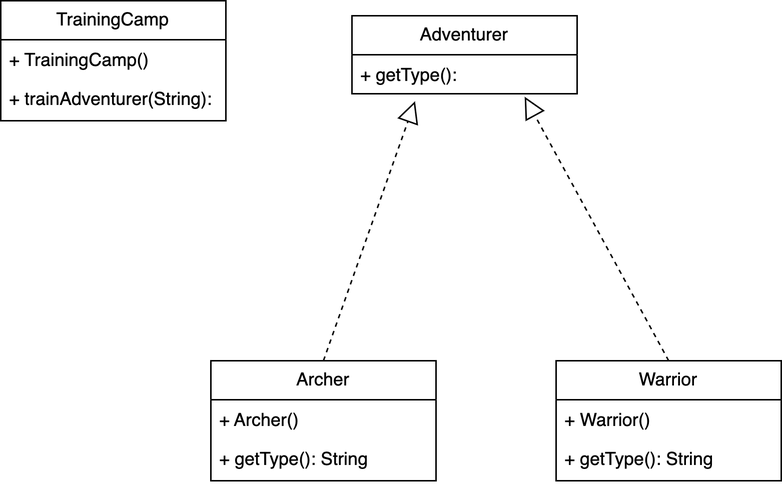
Before: php-desing-patterns/simple_factory.drawio.png, a diagram exported from draw.io (yu-sooong/ting-image). Source tidied: cells renumbered, new cells last; positions are measured from the earlier drawing's top-left corner, leaving out a move shared by most shapes. Source of this version:
```xml
<mxGraphModel>
  <root>
    <mxCell id="0" />
    <mxCell id="1" parent="0" />
    <mxCell id="2" value="TrainingCamp" style="swimlane;fontStyle=0;horizontal=1;startSize=26;fillColor=none;whiteSpace=wrap;html=1;labelBackgroundColor=none;" parent="1" vertex="1">
      <mxGeometry width="150" height="80" as="geometry" />
    </mxCell>
    <mxCell id="3" value="+ TrainingCamp()" style="text;strokeColor=none;fillColor=none;align=left;verticalAlign=top;spacingLeft=4;spacingRight=4;overflow=hidden;whiteSpace=wrap;html=1;labelBackgroundColor=none;" parent="2" vertex="1">
      <mxGeometry y="26" width="150" height="26" as="geometry" />
    </mxCell>
    <mxCell id="4" value="+ trainAdventurer(String):" style="text;strokeColor=none;fillColor=none;align=left;verticalAlign=top;spacingLeft=4;spacingRight=4;overflow=hidden;whiteSpace=wrap;html=1;labelBackgroundColor=none;" parent="2" vertex="1">
      <mxGeometry y="52" width="150" height="28" as="geometry" />
    </mxCell>
    <mxCell id="5" value="Adventurer" style="swimlane;fontStyle=0;horizontal=1;startSize=26;fillColor=none;whiteSpace=wrap;html=1;labelBackgroundColor=none;" parent="1" vertex="1">
      <mxGeometry x="234" y="10" width="150" height="52" as="geometry" />
    </mxCell>
    <mxCell id="6" value="+ getType():" style="text;strokeColor=none;fillColor=none;align=left;verticalAlign=top;spacingLeft=4;spacingRight=4;overflow=hidden;points=[[0,0.5],[1,0.5]];portConstraint=eastwest;whiteSpace=wrap;html=1;labelBackgroundColor=none;" parent="5" vertex="1">
      <mxGeometry y="26" width="150" height="26" as="geometry" />
    </mxCell>
    <mxCell id="7" value="Archer" style="swimlane;fontStyle=0;horizontal=1;startSize=26;fillColor=none;whiteSpace=wrap;html=1;labelBackgroundColor=none;" parent="1" vertex="1">
      <mxGeometry x="140" y="240" width="150" height="80" as="geometry" />
    </mxCell>
    <mxCell id="8" value="+ Archer()" style="text;strokeColor=none;fillColor=none;align=left;verticalAlign=top;spacingLeft=4;spacingRight=4;overflow=hidden;whiteSpace=wrap;html=1;labelBackgroundColor=none;" parent="7" vertex="1">
      <mxGeometry y="26" width="150" height="26" as="geometry" />
    </mxCell>
    <mxCell id="9" value="+ getType(): String" style="text;strokeColor=none;fillColor=none;align=left;verticalAlign=top;spacingLeft=4;spacingRight=4;overflow=hidden;whiteSpace=wrap;html=1;labelBackgroundColor=none;" parent="7" vertex="1">
      <mxGeometry y="52" width="150" height="28" as="geometry" />
    </mxCell>
    <mxCell id="10" value="Warrior" style="swimlane;fontStyle=0;horizontal=1;startSize=26;fillColor=none;whiteSpace=wrap;html=1;labelBackgroundColor=none;" parent="1" vertex="1">
      <mxGeometry x="370" y="240" width="150" height="80" as="geometry" />
    </mxCell>
    <mxCell id="11" value="+ Warrior()" style="text;strokeColor=none;fillColor=none;align=left;verticalAlign=top;spacingLeft=4;spacingRight=4;overflow=hidden;whiteSpace=wrap;html=1;labelBackgroundColor=none;" parent="10" vertex="1">
      <mxGeometry y="26" width="150" height="26" as="geometry" />
    </mxCell>
    <mxCell id="12" value="+ getType(): String" style="text;strokeColor=none;fillColor=none;align=left;verticalAlign=top;spacingLeft=4;spacingRight=4;overflow=hidden;whiteSpace=wrap;html=1;labelBackgroundColor=none;" parent="10" vertex="1">
      <mxGeometry y="52" width="150" height="28" as="geometry" />
    </mxCell>
    <mxCell id="13" style="endArrow=block;dashed=1;endFill=0;endSize=12;html=1;rounded=0;entryX=0.28;entryY=1.192;entryDx=0;entryDy=0;entryPerimeter=0;exitX=0.5;exitY=0;exitDx=0;exitDy=0;labelBackgroundColor=none;fontColor=default;" parent="1" edge="1" source="7" target="6">
      <mxGeometry relative="1" as="geometry" />
    </mxCell>
    <mxCell id="14" style="endArrow=block;dashed=1;endFill=0;endSize=12;html=1;rounded=0;entryX=0.767;entryY=1.077;entryDx=0;entryDy=0;entryPerimeter=0;exitX=0.5;exitY=0;exitDx=0;exitDy=0;labelBackgroundColor=none;fontColor=default;" parent="1" edge="1" source="10" target="6">
      <mxGeometry relative="1" as="geometry" />
    </mxCell>
  </root>
</mxGraphModel>
```
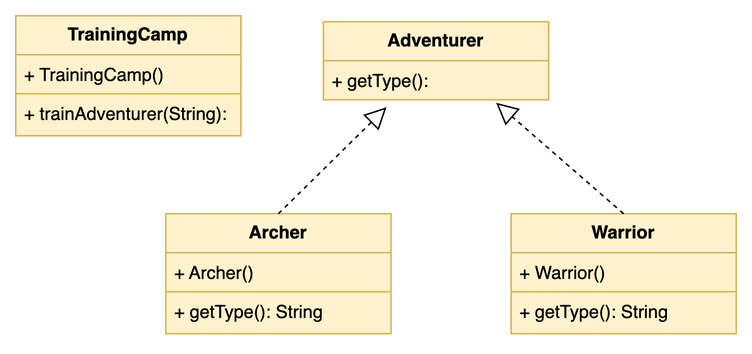
After the commit.

Change to the diagram source:
```diff
@@ -2,37 +2,37 @@
   <root>
     <mxCell id="0" />
     <mxCell id="1" parent="0" />
-    <mxCell id="2" value="TrainingCamp" style="swimlane;fontStyle=0;horizontal=1;startSize=26;fillColor=none;whiteSpace=wrap;html=1;labelBackgroundColor=none;" parent="1" vertex="1">
-      <mxGeometry width="150" height="80" as="geometry" />
+    <mxCell id="2" value="TrainingCamp" style="swimlane;fontStyle=1;horizontal=1;startSize=26;fillColor=#fff2cc;whiteSpace=wrap;html=1;labelBackgroundColor=none;strokeColor=#d6b656;" parent="1" vertex="1">
+      <mxGeometry x="29" y="6" width="150" height="80" as="geometry" />
     </mxCell>
-    <mxCell id="3" value="+ TrainingCamp()" style="text;strokeColor=none;fillColor=none;align=left;verticalAlign=top;spacingLeft=4;spacingRight=4;overflow=hidden;whiteSpace=wrap;html=1;labelBackgroundColor=none;" parent="2" vertex="1">
+    <mxCell id="3" value="+ TrainingCamp()" style="text;strokeColor=#d6b656;fillColor=#fff2cc;align=left;verticalAlign=top;spacingLeft=4;spacingRight=4;overflow=hidden;whiteSpace=wrap;html=1;labelBackgroundColor=none;" parent="2" vertex="1">
       <mxGeometry y="26" width="150" height="26" as="geometry" />
     </mxCell>
-    <mxCell id="4" value="+ trainAdventurer(String):" style="text;strokeColor=none;fillColor=none;align=left;verticalAlign=top;spacingLeft=4;spacingRight=4;overflow=hidden;whiteSpace=wrap;html=1;labelBackgroundColor=none;" parent="2" vertex="1">
+    <mxCell id="4" value="+ trainAdventurer(String):" style="text;strokeColor=#d6b656;fillColor=#fff2cc;align=left;verticalAlign=top;spacingLeft=4;spacingRight=4;overflow=hidden;whiteSpace=wrap;html=1;labelBackgroundColor=none;" parent="2" vertex="1">
       <mxGeometry y="52" width="150" height="28" as="geometry" />
     </mxCell>
-    <mxCell id="5" value="Adventurer" style="swimlane;fontStyle=0;horizontal=1;startSize=26;fillColor=none;whiteSpace=wrap;html=1;labelBackgroundColor=none;" parent="1" vertex="1">
+    <mxCell id="5" value="Adventurer" style="swimlane;fontStyle=1;horizontal=1;startSize=26;fillColor=#fff2cc;whiteSpace=wrap;html=1;labelBackgroundColor=none;strokeColor=#d6b656;" parent="1" vertex="1">
       <mxGeometry x="234" y="10" width="150" height="52" as="geometry" />
     </mxCell>
-    <mxCell id="6" value="+ getType():" style="text;strokeColor=none;fillColor=none;align=left;verticalAlign=top;spacingLeft=4;spacingRight=4;overflow=hidden;points=[[0,0.5],[1,0.5]];portConstraint=eastwest;whiteSpace=wrap;html=1;labelBackgroundColor=none;" parent="5" vertex="1">
+    <mxCell id="6" value="+ getType():" style="text;strokeColor=#d6b656;fillColor=#fff2cc;align=left;verticalAlign=top;spacingLeft=4;spacingRight=4;overflow=hidden;points=[[0,0.5],[1,0.5]];portConstraint=eastwest;whiteSpace=wrap;html=1;labelBackgroundColor=none;" parent="5" vertex="1">
       <mxGeometry y="26" width="150" height="26" as="geometry" />
     </mxCell>
-    <mxCell id="7" value="Archer" style="swimlane;fontStyle=0;horizontal=1;startSize=26;fillColor=none;whiteSpace=wrap;html=1;labelBackgroundColor=none;" parent="1" vertex="1">
-      <mxGeometry x="140" y="240" width="150" height="80" as="geometry" />
+    <mxCell id="7" value="Archer" style="swimlane;fontStyle=1;horizontal=1;startSize=26;fillColor=#fff2cc;whiteSpace=wrap;html=1;labelBackgroundColor=none;strokeColor=#d6b656;" parent="1" vertex="1">
+      <mxGeometry x="129" y="138" width="150" height="80" as="geometry" />
     </mxCell>
-    <mxCell id="8" value="+ Archer()" style="text;strokeColor=none;fillColor=none;align=left;verticalAlign=top;spacingLeft=4;spacingRight=4;overflow=hidden;whiteSpace=wrap;html=1;labelBackgroundColor=none;" parent="7" vertex="1">
+    <mxCell id="8" value="+ Archer()" style="text;strokeColor=#d6b656;fillColor=#fff2cc;align=left;verticalAlign=top;spacingLeft=4;spacingRight=4;overflow=hidden;whiteSpace=wrap;html=1;labelBackgroundColor=none;" parent="7" vertex="1">
       <mxGeometry y="26" width="150" height="26" as="geometry" />
     </mxCell>
-    <mxCell id="9" value="+ getType(): String" style="text;strokeColor=none;fillColor=none;align=left;verticalAlign=top;spacingLeft=4;spacingRight=4;overflow=hidden;whiteSpace=wrap;html=1;labelBackgroundColor=none;" parent="7" vertex="1">
+    <mxCell id="9" value="+ getType(): String" style="text;strokeColor=#d6b656;fillColor=#fff2cc;align=left;verticalAlign=top;spacingLeft=4;spacingRight=4;overflow=hidden;whiteSpace=wrap;html=1;labelBackgroundColor=none;" parent="7" vertex="1">
       <mxGeometry y="52" width="150" height="28" as="geometry" />
     </mxCell>
-    <mxCell id="10" value="Warrior" style="swimlane;fontStyle=0;horizontal=1;startSize=26;fillColor=none;whiteSpace=wrap;html=1;labelBackgroundColor=none;" parent="1" vertex="1">
-      <mxGeometry x="370" y="240" width="150" height="80" as="geometry" />
+    <mxCell id="10" value="Warrior" style="swimlane;fontStyle=1;horizontal=1;startSize=26;fillColor=#fff2cc;whiteSpace=wrap;html=1;labelBackgroundColor=none;strokeColor=#d6b656;" parent="1" vertex="1">
+      <mxGeometry x="359" y="138" width="150" height="80" as="geometry" />
     </mxCell>
-    <mxCell id="11" value="+ Warrior()" style="text;strokeColor=none;fillColor=none;align=left;verticalAlign=top;spacingLeft=4;spacingRight=4;overflow=hidden;whiteSpace=wrap;html=1;labelBackgroundColor=none;" parent="10" vertex="1">
+    <mxCell id="11" value="+ Warrior()" style="text;strokeColor=#d6b656;fillColor=#fff2cc;align=left;verticalAlign=top;spacingLeft=4;spacingRight=4;overflow=hidden;whiteSpace=wrap;html=1;labelBackgroundColor=none;" parent="10" vertex="1">
       <mxGeometry y="26" width="150" height="26" as="geometry" />
     </mxCell>
-    <mxCell id="12" value="+ getType(): String" style="text;strokeColor=none;fillColor=none;align=left;verticalAlign=top;spacingLeft=4;spacingRight=4;overflow=hidden;whiteSpace=wrap;html=1;labelBackgroundColor=none;" parent="10" vertex="1">
+    <mxCell id="12" value="+ getType(): String" style="text;strokeColor=#d6b656;fillColor=#fff2cc;align=left;verticalAlign=top;spacingLeft=4;spacingRight=4;overflow=hidden;whiteSpace=wrap;html=1;labelBackgroundColor=none;" parent="10" vertex="1">
       <mxGeometry y="52" width="150" height="28" as="geometry" />
     </mxCell>
     <mxCell id="13" style="endArrow=block;dashed=1;endFill=0;endSize=12;html=1;rounded=0;entryX=0.28;entryY=1.192;entryDx=0;entryDy=0;entryPerimeter=0;exitX=0.5;exitY=0;exitDx=0;exitDy=0;labelBackgroundColor=none;fontColor=default;" parent="1" edge="1" source="7" target="6">
```
